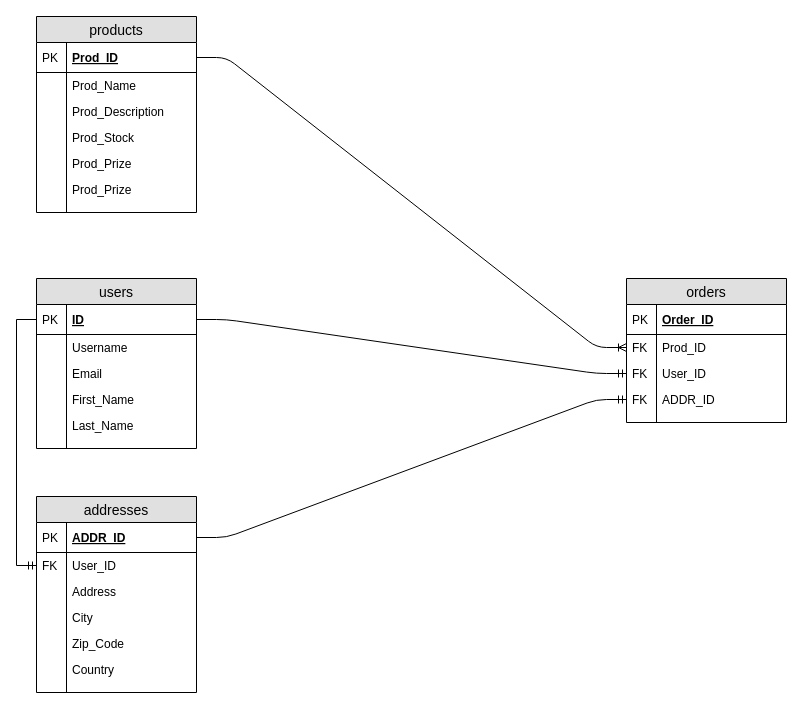
MercantecData/portfolio-NicklasN757 keeps this draw.io diagram as DataBaser/Opgaver Database/Diagram.drawio. Above is the earlier version. Source tidied: cells renumbered, new cells numbered last; positions are measured from the earlier drawing's top-left corner, leaving out a move shared by most shapes. Both pictures are drawn from the tidied source at 100%, with x=0, y=0 at pixel (36, 16).
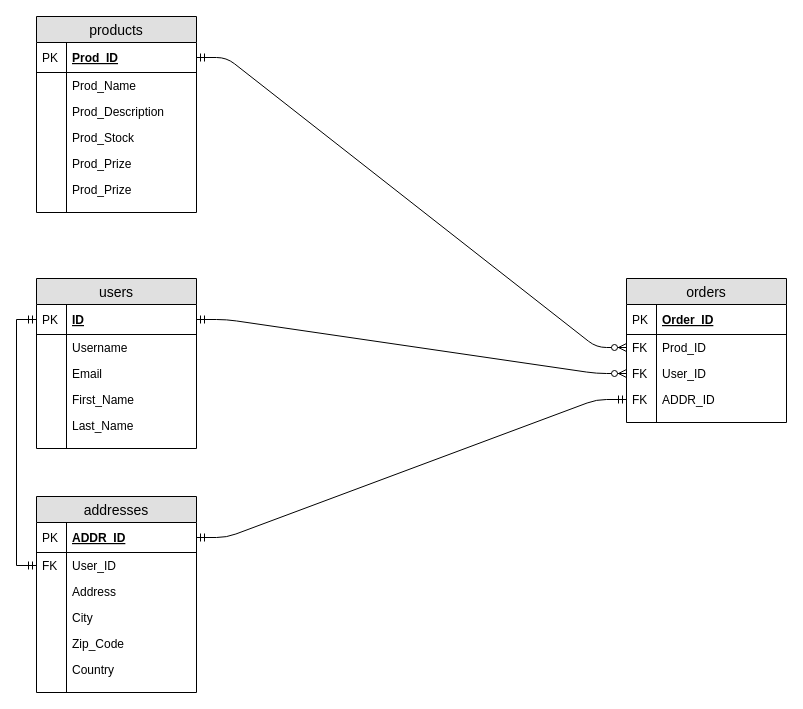
Above is the later version.

The change refers to these unchanged cells:
```xml
<mxCell id="3" value="ID" style="shape=partialRectangle;top=0;left=0;right=0;bottom=1;align=left;verticalAlign=middle;fillColor=none;spacingLeft=34;spacingRight=4;overflow=hidden;points=[[0,0.5],[1,0.5]];portConstraint=eastwest;fontStyle=5;fontSize=12;" parent="2" vertex="1">
  <mxGeometry y="26" width="160" height="30" as="geometry" />
</mxCell>
<mxCell id="14" value="ADDR_ID" style="shape=partialRectangle;top=0;left=0;right=0;bottom=1;align=left;verticalAlign=middle;fillColor=none;spacingLeft=34;spacingRight=4;overflow=hidden;points=[[0,0.5],[1,0.5]];portConstraint=eastwest;fontStyle=5;fontSize=12;" parent="13" vertex="1">
  <mxGeometry y="26" width="160" height="30" as="geometry" />
</mxCell>
<mxCell id="16" value="User_ID" style="shape=partialRectangle;top=0;left=0;right=0;bottom=0;align=left;verticalAlign=top;fillColor=none;spacingLeft=34;spacingRight=4;overflow=hidden;points=[[0,0.5],[1,0.5]];portConstraint=eastwest;fontSize=12;" parent="13" vertex="1">
  <mxGeometry y="56" width="160" height="26" as="geometry" />
</mxCell>
<mxCell id="29" value="Prod_ID" style="shape=partialRectangle;top=0;left=0;right=0;bottom=1;align=left;verticalAlign=middle;fillColor=none;spacingLeft=34;spacingRight=4;overflow=hidden;points=[[0,0.5],[1,0.5]];portConstraint=eastwest;fontStyle=5;fontSize=12;" parent="28" vertex="1">
  <mxGeometry y="26" width="160" height="30" as="geometry" />
</mxCell>
<mxCell id="46" value="Prod_ID" style="shape=partialRectangle;top=0;left=0;right=0;bottom=0;align=left;verticalAlign=top;fillColor=none;spacingLeft=34;spacingRight=4;overflow=hidden;points=[[0,0.5],[1,0.5]];portConstraint=eastwest;fontSize=12;" parent="43" vertex="1">
  <mxGeometry y="56" width="160" height="26" as="geometry" />
</mxCell>
<mxCell id="48" value="User_ID" style="shape=partialRectangle;top=0;left=0;right=0;bottom=0;align=left;verticalAlign=top;fillColor=none;spacingLeft=34;spacingRight=4;overflow=hidden;points=[[0,0.5],[1,0.5]];portConstraint=eastwest;fontSize=12;" parent="43" vertex="1">
  <mxGeometry y="82" width="160" height="26" as="geometry" />
</mxCell>
<mxCell id="50" value="ADDR_ID" style="shape=partialRectangle;top=0;left=0;right=0;bottom=0;align=left;verticalAlign=top;fillColor=none;spacingLeft=34;spacingRight=4;overflow=hidden;points=[[0,0.5],[1,0.5]];portConstraint=eastwest;fontSize=12;" parent="43" vertex="1">
  <mxGeometry y="108" width="160" height="26" as="geometry" />
</mxCell>
```

Diff of the diagram source:
```diff
@@
-    <mxCell id="54" style="edgeStyle=entityRelationEdgeStyle;fontSize=12;html=1;endArrow=ERoneToMany;entryX=0;entryY=0.5;entryDx=0;entryDy=0;exitX=1;exitY=0.5;exitDx=0;exitDy=0;" parent="1" edge="1" source="29" target="46">
+    <mxCell id="54" style="edgeStyle=entityRelationEdgeStyle;fontSize=12;html=1;endArrow=ERzeroToMany;entryX=0;entryY=0.5;entryDx=0;entryDy=0;exitX=1;exitY=0.5;exitDx=0;exitDy=0;startArrow=ERmandOne;startFill=0;endFill=1;" parent="1" edge="1" source="29" target="46">
       <mxGeometry relative="1" as="geometry" />
     </mxCell>
-    <mxCell id="55" style="edgeStyle=entityRelationEdgeStyle;fontSize=12;html=1;endArrow=ERmandOne;exitX=1;exitY=0.5;exitDx=0;exitDy=0;entryX=0;entryY=0.5;entryDx=0;entryDy=0;" parent="1" edge="1" source="3" target="48">
+    <mxCell id="55" style="edgeStyle=entityRelationEdgeStyle;fontSize=12;html=1;endArrow=ERzeroToMany;exitX=1;exitY=0.5;exitDx=0;exitDy=0;entryX=0;entryY=0.5;entryDx=0;entryDy=0;startArrow=ERmandOne;startFill=0;endFill=1;" parent="1" edge="1" source="3" target="48">
       <mxGeometry relative="1" as="geometry" />
     </mxCell>
-    <mxCell id="56" style="edgeStyle=entityRelationEdgeStyle;fontSize=12;html=1;endArrow=ERmandOne;exitX=1;exitY=0.5;exitDx=0;exitDy=0;entryX=0;entryY=0.5;entryDx=0;entryDy=0;" parent="1" edge="1" source="14" target="50">
+    <mxCell id="56" style="edgeStyle=entityRelationEdgeStyle;fontSize=12;html=1;endArrow=ERmandOne;exitX=1;exitY=0.5;exitDx=0;exitDy=0;entryX=0;entryY=0.5;entryDx=0;entryDy=0;startArrow=ERmandOne;startFill=0;" parent="1" edge="1" source="14" target="50">
       <mxGeometry relative="1" as="geometry" />
     </mxCell>
-    <mxCell id="57" style="edgeStyle=orthogonalEdgeStyle;rounded=0;jettySize=auto;html=1;exitX=0;exitY=0.5;exitDx=0;exitDy=0;entryX=0;entryY=0.5;entryDx=0;entryDy=0;endArrow=ERmandOne;endFill=0;" parent="1" edge="1" source="3" target="16">
+    <mxCell id="57" style="edgeStyle=orthogonalEdgeStyle;rounded=0;jettySize=auto;html=1;exitX=0;exitY=0.5;exitDx=0;exitDy=0;entryX=0;entryY=0.5;entryDx=0;entryDy=0;endArrow=ERmandOne;endFill=0;startArrow=ERmandOne;startFill=0;" parent="1" edge="1" source="3" target="16">
       <mxGeometry relative="1" as="geometry" />
     </mxCell>
```
